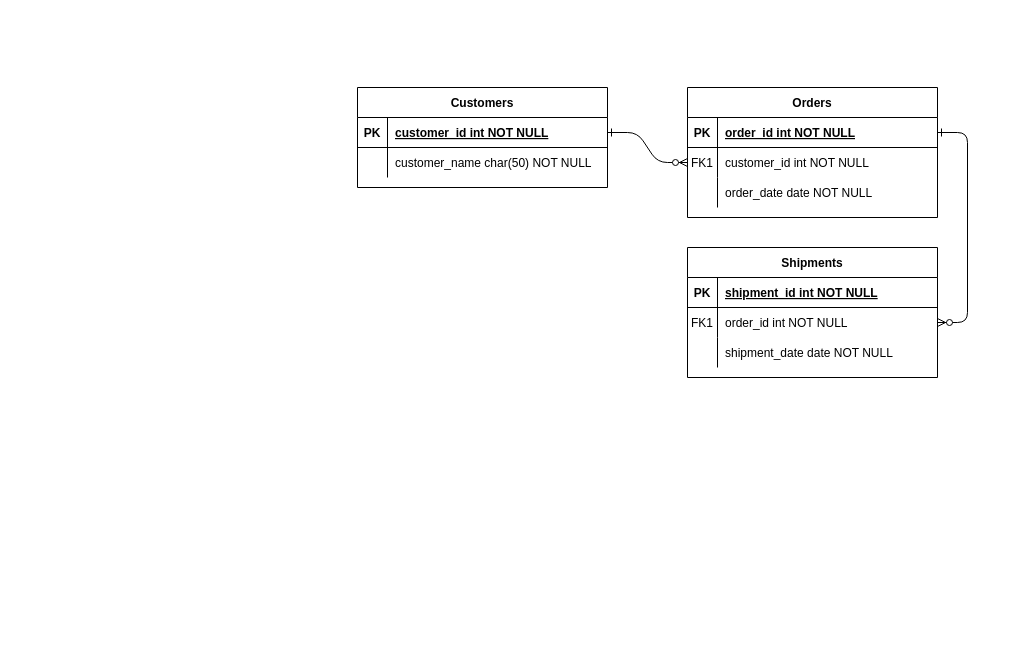
kelveloper/java-class keeps this draw.io diagram as Untitled Diagram.drawio. Above is the earlier version. Source tidied: cells renumbered, new cells numbered last; positions are measured from the earlier drawing's top-left corner, leaving out a move shared by most shapes. Both pictures are drawn from the tidied source at 100%, with x=0, y=0 at pixel (357, 87).
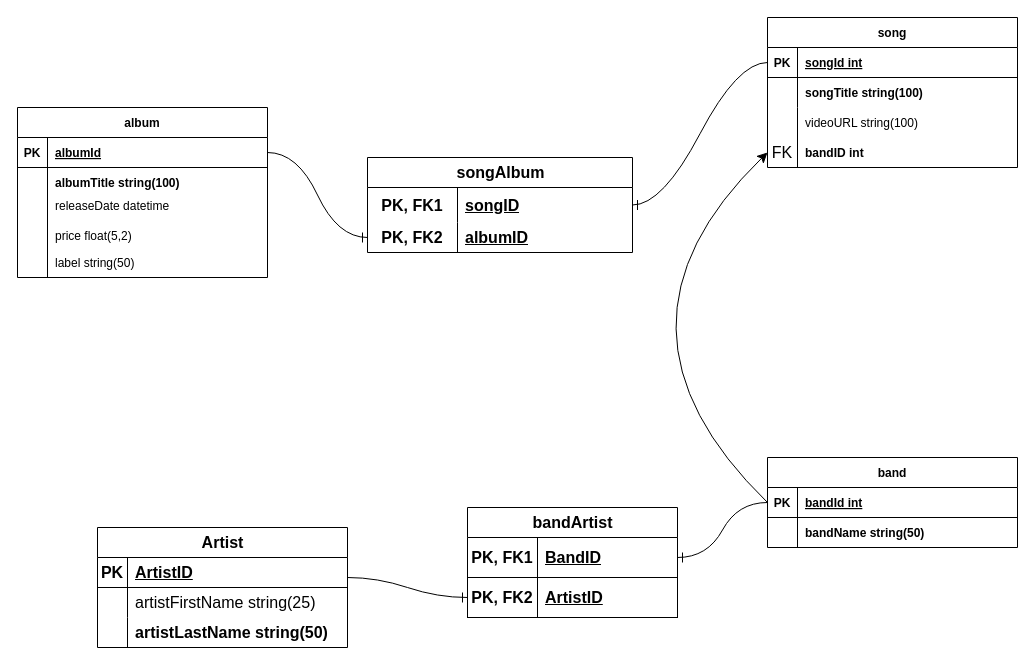
After the change.

The change refers to these unchanged cells:
```xml
<mxCell id="5" style="shape=partialRectangle;fillColor=none;points=[[0,0.5],[1,0.5]];portConstraint=eastwest;top=0;left=0;right=0;bottom=1;" parent="4" vertex="1">
  <mxGeometry y="30" width="250" height="30" as="geometry" />
</mxCell>
<mxCell id="8" style="shape=partialRectangle;fillColor=none;points=[[0,0.5],[1,0.5]];portConstraint=eastwest;top=0;left=0;right=0;bottom=0;" parent="4" vertex="1">
  <mxGeometry y="60" width="250" height="30" as="geometry" />
</mxCell>
<mxCell id="15" style="shape=partialRectangle;fillColor=none;points=[[0,0.5],[1,0.5]];portConstraint=eastwest;top=0;left=0;right=0;bottom=1;" parent="14" vertex="1">
  <mxGeometry y="30" width="250" height="30" as="geometry" />
</mxCell>
<mxCell id="18" style="shape=partialRectangle;fillColor=none;points=[[0,0.5],[1,0.5]];portConstraint=eastwest;top=0;left=0;right=0;bottom=0;" parent="14" vertex="1">
  <mxGeometry y="60" width="250" height="30" as="geometry" />
</mxCell>
```

Change to the diagram source:
```diff
@@
-    <mxCell id="2" style="edgeStyle=entityRelationEdgeStyle;endArrow=ERzeroToMany;startArrow=ERone;endFill=1;startFill=0;" parent="1" edge="1" source="25" target="8">
-      <mxGeometry relative="1" as="geometry" />
-    </mxCell>
-    <mxCell id="3" style="edgeStyle=entityRelationEdgeStyle;endArrow=ERzeroToMany;startArrow=ERone;endFill=1;startFill=0;" parent="1" edge="1" source="5" target="18">
-      <mxGeometry relative="1" as="geometry" />
-    </mxCell>
-    <mxCell id="4" value="Orders" style="shape=table;startSize=30;childLayout=tableLayout;rowLines=0;fontStyle=1;align=center;" parent="1" vertex="1">
-      <mxGeometry x="330" width="250" height="130" as="geometry" />
+    <mxCell id="4" value="song" style="shape=table;startSize=30;childLayout=tableLayout;rowLines=0;fontStyle=1;align=center;" parent="1" vertex="1">
+      <mxGeometry x="410" y="-70" width="250" height="150" as="geometry" />
     </mxCell>
@@
-    <mxCell id="7" value="order_id int NOT NULL " style="shape=partialRectangle;overflow=hidden;fillColor=none;top=0;left=0;bottom=0;right=0;align=left;spacingLeft=6;fontStyle=5;" parent="5" vertex="1">
+    <mxCell id="7" value="songId int" style="shape=partialRectangle;overflow=hidden;fillColor=none;top=0;left=0;bottom=0;right=0;align=left;spacingLeft=6;fontStyle=5;" parent="5" vertex="1">
       <mxGeometry x="30" width="220" height="30" as="geometry" />
     </mxCell>
@@
-    <mxCell id="9" value="FK1" style="shape=partialRectangle;overflow=hidden;fillColor=none;top=0;left=0;bottom=0;right=0;" parent="8" vertex="1">
+    <mxCell id="9" style="shape=partialRectangle;overflow=hidden;fillColor=none;top=0;left=0;bottom=0;right=0;" parent="8" vertex="1">
       <mxGeometry width="30" height="30" as="geometry" />
     </mxCell>
-    <mxCell id="10" value="customer_id int NOT NULL" style="shape=partialRectangle;overflow=hidden;fillColor=none;top=0;left=0;bottom=0;right=0;align=left;spacingLeft=6;" parent="8" vertex="1">
+    <mxCell id="10" style="shape=partialRectangle;overflow=hidden;fillColor=none;top=0;left=0;bottom=0;right=0;align=left;spacingLeft=6;" parent="8" vertex="1">
       <mxGeometry x="30" width="220" height="30" as="geometry" />
     </mxCell>
     <mxCell id="11" style="shape=partialRectangle;fillColor=none;points=[[0,0.5],[1,0.5]];portConstraint=eastwest;top=0;left=0;right=0;bottom=0;" parent="4" vertex="1">
-      <mxGeometry y="90" width="250" height="30" as="geometry" />
+      <mxGeometry y="90" width="250" height="60" as="geometry" />
     </mxCell>
     <mxCell id="12" style="shape=partialRectangle;overflow=hidden;fillColor=none;top=0;left=0;bottom=0;right=0;" parent="11" vertex="1">
-      <mxGeometry width="30" height="30" as="geometry" />
+      <mxGeometry width="30" height="60" as="geometry" />
     </mxCell>
-    <mxCell id="13" value="order_date date NOT NULL" style="shape=partialRectangle;overflow=hidden;fillColor=none;top=0;left=0;bottom=0;right=0;align=left;spacingLeft=6;" parent="11" vertex="1">
-      <mxGeometry x="30" width="220" height="30" as="geometry" />
+    <mxCell id="13" style="shape=partialRectangle;overflow=hidden;fillColor=none;top=0;left=0;bottom=0;right=0;align=left;spacingLeft=6;" parent="11" vertex="1">
+      <mxGeometry x="30" width="220" height="60" as="geometry" />
     </mxCell>
+    <mxCell id="24" value="album" style="shape=table;startSize=30;childLayout=tableLayout;rowLines=0;fontStyle=1;align=center;" parent="1" vertex="1">
+      <mxGeometry x="-340" y="20" width="250" height="170" as="geometry" />
+    </mxCell>
+    <mxCell id="25" style="shape=partialRectangle;fillColor=none;points=[[0,0.5],[1,0.5]];portConstraint=eastwest;top=0;left=0;right=0;bottom=1;" parent="24" vertex="1">
+      <mxGeometry y="30" width="250" height="30" as="geometry" />
+    </mxCell>
+    <mxCell id="26" value="PK" style="shape=partialRectangle;overflow=hidden;fillColor=none;top=0;left=0;bottom=0;right=0;fontStyle=1;" parent="25" vertex="1">
+      <mxGeometry width="30" height="30" as="geometry" />
+    </mxCell>
+    <mxCell id="27" value="albumId" style="shape=partialRectangle;overflow=hidden;fillColor=none;top=0;left=0;bottom=0;right=0;align=left;spacingLeft=6;fontStyle=5;" parent="25" vertex="1">
+      <mxGeometry x="30" width="220" height="30" as="geometry" />
+    </mxCell>
+    <mxCell id="28" style="shape=partialRectangle;fillColor=none;top=0;left=0;right=0;bottom=0;" parent="24" vertex="1">
+      <mxGeometry y="60" width="250" height="110" as="geometry" />
+    </mxCell>
+    <mxCell id="29" style="shape=partialRectangle;overflow=hidden;fillColor=none;top=0;left=0;bottom=0;right=0;" parent="28" vertex="1">
+      <mxGeometry width="30" height="110" as="geometry" />
+    </mxCell>
+    <mxCell id="30" style="shape=partialRectangle;overflow=hidden;fillColor=none;top=0;left=0;bottom=0;right=0;align=left;spacingLeft=6;" parent="28" vertex="1">
+      <mxGeometry x="30" width="220" height="110" as="geometry" />
+    </mxCell>
+    <mxCell id="31" value="label string(50)" style="shape=partialRectangle;overflow=hidden;fillColor=none;top=0;left=0;bottom=0;right=0;align=left;spacingLeft=6;" parent="1" vertex="1">
+      <mxGeometry x="-310" y="160" width="220" height="30" as="geometry" />
+    </mxCell>
+    <mxCell id="32" value="price float(5,2)" style="shape=partialRectangle;overflow=hidden;fillColor=none;top=0;left=0;bottom=0;right=0;align=left;spacingLeft=6;" parent="1" vertex="1">
+      <mxGeometry x="-310" y="132.5" width="220" height="30" as="geometry" />
+    </mxCell>
+    <mxCell id="33" value="releaseDate datetime" style="shape=partialRectangle;overflow=hidden;fillColor=none;top=0;left=0;bottom=0;right=0;align=left;spacingLeft=6;" parent="1" vertex="1">
+      <mxGeometry x="-310" y="102.5" width="220" height="30" as="geometry" />
+    </mxCell>
+    <mxCell id="34" value="albumTitle string(100)" style="shape=partialRectangle;overflow=hidden;fillColor=none;top=0;left=0;bottom=0;right=0;align=left;spacingLeft=6;fontStyle=1;" parent="1" vertex="1">
+      <mxGeometry x="-310" y="80" width="220" height="30" as="geometry" />
+    </mxCell>
+    <mxCell id="35" value="songTitle string(100)" style="shape=partialRectangle;overflow=hidden;fillColor=none;top=0;left=0;bottom=0;right=0;align=left;spacingLeft=6;fontStyle=1;" parent="1" vertex="1">
+      <mxGeometry x="440" y="-10" width="220" height="30" as="geometry" />
+    </mxCell>
+    <mxCell id="36" value="videoURL string(100)" style="shape=partialRectangle;overflow=hidden;fillColor=none;top=0;left=0;bottom=0;right=0;align=left;spacingLeft=6;" parent="1" vertex="1">
+      <mxGeometry x="440" y="20" width="220" height="30" as="geometry" />
+    </mxCell>
+    <mxCell id="37" value="bandID int" style="shape=partialRectangle;overflow=hidden;fillColor=none;top=0;left=0;bottom=0;right=0;align=left;spacingLeft=6;fontStyle=1;" parent="1" vertex="1">
+      <mxGeometry x="440" y="50" width="220" height="30" as="geometry" />
+    </mxCell>
-    <mxCell id="14" value="Shipments" style="shape=table;startSize=30;childLayout=tableLayout;rowLines=0;fontStyle=1;align=center;" parent="1" vertex="1">
-      <mxGeometry x="330" y="160" width="250" height="130" as="geometry" />
+    <mxCell id="14" value="band" style="shape=table;startSize=30;childLayout=tableLayout;rowLines=0;fontStyle=1;align=center;" parent="1" vertex="1">
+      <mxGeometry x="410" y="370" width="250" height="90" as="geometry" />
     </mxCell>
@@
-    <mxCell id="17" value="shipment_id int NOT NULL " style="shape=partialRectangle;overflow=hidden;fillColor=none;top=0;left=0;bottom=0;right=0;align=left;spacingLeft=6;fontStyle=5;" parent="15" vertex="1">
+    <mxCell id="17" value="bandId int" style="shape=partialRectangle;overflow=hidden;fillColor=none;top=0;left=0;bottom=0;right=0;align=left;spacingLeft=6;fontStyle=5;" parent="15" vertex="1">
       <mxGeometry x="30" width="220" height="30" as="geometry" />
     </mxCell>
@@
-    <mxCell id="19" value="FK1" style="shape=partialRectangle;overflow=hidden;fillColor=none;top=0;left=0;bottom=0;right=0;" parent="18" vertex="1">
+    <mxCell id="19" style="shape=partialRectangle;overflow=hidden;fillColor=none;top=0;left=0;bottom=0;right=0;" parent="18" vertex="1">
       <mxGeometry width="30" height="30" as="geometry" />
     </mxCell>
-    <mxCell id="20" value="order_id int NOT NULL" style="shape=partialRectangle;overflow=hidden;fillColor=none;top=0;left=0;bottom=0;right=0;align=left;spacingLeft=6;" parent="18" vertex="1">
+    <mxCell id="20" style="shape=partialRectangle;overflow=hidden;fillColor=none;top=0;left=0;bottom=0;right=0;align=left;spacingLeft=6;" parent="18" vertex="1">
       <mxGeometry x="30" width="220" height="30" as="geometry" />
     </mxCell>
-    <mxCell id="21" style="shape=partialRectangle;fillColor=none;top=0;left=0;right=0;bottom=0;" parent="14" vertex="1">
-      <mxGeometry y="90" width="250" height="30" as="geometry" />
-    </mxCell>
-    <mxCell id="22" style="shape=partialRectangle;overflow=hidden;fillColor=none;top=0;left=0;bottom=0;right=0;" parent="21" vertex="1">
-      <mxGeometry width="30" height="30" as="geometry" />
-    </mxCell>
-    <mxCell id="23" value="shipment_date date NOT NULL" style="shape=partialRectangle;overflow=hidden;fillColor=none;top=0;left=0;bottom=0;right=0;align=left;spacingLeft=6;" parent="21" vertex="1">
-      <mxGeometry x="30" width="220" height="30" as="geometry" />
-    </mxCell>
-    <mxCell id="24" value="Customers" style="shape=table;startSize=30;childLayout=tableLayout;rowLines=0;fontStyle=1;align=center;" parent="1" vertex="1">
-      <mxGeometry width="250" height="100" as="geometry" />
-    </mxCell>
-    <mxCell id="25" style="shape=partialRectangle;fillColor=none;points=[[0,0.5],[1,0.5]];portConstraint=eastwest;top=0;left=0;right=0;bottom=1;" parent="24" vertex="1">
-      <mxGeometry y="30" width="250" height="30" as="geometry" />
-    </mxCell>
-    <mxCell id="26" value="PK" style="shape=partialRectangle;overflow=hidden;fillColor=none;top=0;left=0;bottom=0;right=0;fontStyle=1;" parent="25" vertex="1">
-      <mxGeometry width="30" height="30" as="geometry" />
-    </mxCell>
-    <mxCell id="27" value="customer_id int NOT NULL " style="shape=partialRectangle;overflow=hidden;fillColor=none;top=0;left=0;bottom=0;right=0;align=left;spacingLeft=6;fontStyle=5;" parent="25" vertex="1">
-      <mxGeometry x="30" width="220" height="30" as="geometry" />
-    </mxCell>
-    <mxCell id="28" style="shape=partialRectangle;fillColor=none;top=0;left=0;right=0;bottom=0;" parent="24" vertex="1">
-      <mxGeometry y="60" width="250" height="30" as="geometry" />
-    </mxCell>
-    <mxCell id="29" style="shape=partialRectangle;overflow=hidden;fillColor=none;top=0;left=0;bottom=0;right=0;" parent="28" vertex="1">
-      <mxGeometry width="30" height="30" as="geometry" />
-    </mxCell>
-    <mxCell id="30" value="customer_name char(50) NOT NULL" style="shape=partialRectangle;overflow=hidden;fillColor=none;top=0;left=0;bottom=0;right=0;align=left;spacingLeft=6;" parent="28" vertex="1">
-      <mxGeometry x="30" width="220" height="30" as="geometry" />
-    </mxCell>
+    <mxCell id="38" value="bandName string(50)" style="shape=partialRectangle;overflow=hidden;fillColor=none;top=0;left=0;bottom=0;right=0;align=left;spacingLeft=6;fontStyle=1;" parent="1" vertex="1">
+      <mxGeometry x="440" y="430" width="220" height="30" as="geometry" />
+    </mxCell>
+    <mxCell id="39" value="Artist" style="shape=table;startSize=30;childLayout=tableLayout;rowLines=0;fontStyle=1;align=center;html=1;fontSize=16;" parent="1" vertex="1">
+      <mxGeometry x="-260" y="440" width="250" height="120" as="geometry" />
+    </mxCell>
+    <mxCell id="40" style="shape=tableRow;horizontal=0;startSize=0;swimlaneHead=0;swimlaneBody=0;fillColor=none;top=0;left=0;right=0;bottom=1;fontSize=16;" parent="39" vertex="1">
+      <mxGeometry y="30" width="250" height="30" as="geometry" />
+    </mxCell>
+    <mxCell id="41" value="PK" style="shape=partialRectangle;fillColor=none;top=0;left=0;bottom=0;right=0;fontStyle=1;overflow=hidden;whiteSpace=wrap;html=1;fontSize=16;" parent="40" vertex="1">
+      <mxGeometry width="30" height="30" as="geometry" />
+    </mxCell>
+    <mxCell id="42" value="ArtistID" style="shape=partialRectangle;fillColor=none;top=0;left=0;bottom=0;right=0;align=left;spacingLeft=6;fontStyle=5;overflow=hidden;whiteSpace=wrap;html=1;fontSize=16;" parent="40" vertex="1">
+      <mxGeometry x="30" width="220" height="30" as="geometry" />
+    </mxCell>
+    <mxCell id="43" style="shape=tableRow;horizontal=0;startSize=0;swimlaneHead=0;swimlaneBody=0;fillColor=none;top=0;left=0;right=0;bottom=0;fontSize=16;" parent="39" vertex="1">
+      <mxGeometry y="60" width="250" height="30" as="geometry" />
+    </mxCell>
+    <mxCell id="44" style="shape=partialRectangle;fillColor=none;top=0;left=0;bottom=0;right=0;overflow=hidden;whiteSpace=wrap;html=1;fontSize=16;" parent="43" vertex="1">
+      <mxGeometry width="30" height="30" as="geometry" />
+    </mxCell>
+    <mxCell id="45" value="artistFirstName string(25)" style="shape=partialRectangle;fillColor=none;top=0;left=0;bottom=0;right=0;align=left;spacingLeft=6;overflow=hidden;whiteSpace=wrap;html=1;fontSize=16;" parent="43" vertex="1">
+      <mxGeometry x="30" width="220" height="30" as="geometry" />
+    </mxCell>
+    <mxCell id="46" style="shape=tableRow;horizontal=0;startSize=0;swimlaneHead=0;swimlaneBody=0;fillColor=none;top=0;left=0;right=0;bottom=0;fontSize=16;" parent="39" vertex="1">
+      <mxGeometry y="90" width="250" height="30" as="geometry" />
+    </mxCell>
+    <mxCell id="47" style="shape=partialRectangle;fillColor=none;top=0;left=0;bottom=0;right=0;overflow=hidden;whiteSpace=wrap;html=1;fontSize=16;" parent="46" vertex="1">
+      <mxGeometry width="30" height="30" as="geometry" />
+    </mxCell>
+    <mxCell id="48" value="&lt;b&gt;artistLastName string(50)&lt;/b&gt;" style="shape=partialRectangle;fillColor=none;top=0;left=0;bottom=0;right=0;align=left;spacingLeft=6;overflow=hidden;whiteSpace=wrap;html=1;fontSize=16;" parent="46" vertex="1">
+      <mxGeometry x="30" width="220" height="30" as="geometry" />
+    </mxCell>
+    <mxCell id="49" value="bandArtist" style="shape=table;startSize=30;childLayout=tableLayout;rowLines=0;fontStyle=1;align=center;html=1;fontSize=16;" parent="1" vertex="1">
+      <mxGeometry x="110" y="420" width="210" height="110" as="geometry" />
+    </mxCell>
+    <mxCell id="50" style="shape=tableRow;horizontal=0;startSize=0;swimlaneHead=0;swimlaneBody=0;fillColor=none;points=[[0,0.5],[1,0.5]];portConstraint=eastwest;top=0;left=0;right=0;bottom=1;fontSize=16;" parent="49" vertex="1">
+      <mxGeometry y="30" width="210" height="40" as="geometry" />
+    </mxCell>
+    <mxCell id="51" value="PK, FK1" style="shape=partialRectangle;fillColor=none;top=0;left=0;bottom=0;right=0;fontStyle=1;overflow=hidden;whiteSpace=wrap;html=1;fontSize=16;" parent="50" vertex="1">
+      <mxGeometry width="70" height="40" as="geometry" />
+    </mxCell>
+    <mxCell id="52" value="BandID" style="shape=partialRectangle;fillColor=none;top=0;left=0;bottom=0;right=0;align=left;spacingLeft=6;fontStyle=5;overflow=hidden;whiteSpace=wrap;html=1;fontSize=16;" parent="50" vertex="1">
+      <mxGeometry x="70" width="140" height="40" as="geometry" />
+    </mxCell>
+    <mxCell id="53" style="shape=tableRow;horizontal=0;startSize=0;swimlaneHead=0;swimlaneBody=0;fillColor=none;points=[[0,0.5],[1,0.5]];portConstraint=eastwest;top=0;left=0;right=0;bottom=1;fontSize=16;" parent="49" vertex="1">
+      <mxGeometry y="70" width="210" height="40" as="geometry" />
+    </mxCell>
+    <mxCell id="54" value="PK, FK2" style="shape=partialRectangle;fillColor=none;top=0;left=0;bottom=0;right=0;fontStyle=1;overflow=hidden;whiteSpace=wrap;html=1;fontSize=16;" parent="53" vertex="1">
+      <mxGeometry width="70" height="40" as="geometry" />
+    </mxCell>
+    <mxCell id="55" value="ArtistID" style="shape=partialRectangle;fillColor=none;top=0;left=0;bottom=0;right=0;align=left;spacingLeft=6;fontStyle=5;overflow=hidden;whiteSpace=wrap;html=1;fontSize=16;" parent="53" vertex="1">
+      <mxGeometry x="70" width="140" height="40" as="geometry" />
+    </mxCell>
+    <mxCell id="56" style="edgeStyle=entityRelationEdgeStyle;fontSize=12;html=1;endArrow=ERone;endFill=1;rounded=0;startSize=8;endSize=8;curved=1;entryX=0;entryY=0.5;entryDx=0;entryDy=0;" parent="1" edge="1" target="53">
+      <mxGeometry relative="1" as="geometry">
+        <mxPoint x="-10" y="490" as="sourcePoint" />
+        <Array as="points">
+          <mxPoint x="30" y="550" />
+          <mxPoint x="70" y="540" />
+          <mxPoint x="210" y="890" />
+          <mxPoint x="-10" y="510" />
+        </Array>
+      </mxGeometry>
+    </mxCell>
+    <mxCell id="57" style="edgeStyle=entityRelationEdgeStyle;fontSize=12;html=1;endArrow=ERone;endFill=1;rounded=0;startSize=8;endSize=8;curved=1;entryX=1;entryY=0.5;entryDx=0;entryDy=0;exitX=0;exitY=0.5;exitDx=0;exitDy=0;" parent="1" edge="1" source="15" target="50">
+      <mxGeometry relative="1" as="geometry" />
+    </mxCell>
+    <mxCell id="58" style="edgeStyle=none;curved=1;rounded=0;jettySize=auto;html=1;fontSize=12;startSize=8;endSize=8;" parent="1" edge="1" source="59" target="11">
+      <mxGeometry relative="1" as="geometry" />
+    </mxCell>
+    <mxCell id="59" value="FK" style="text;html=1;strokeColor=none;fillColor=none;align=center;verticalAlign=middle;whiteSpace=wrap;rounded=0;fontSize=16;" parent="1" vertex="1">
+      <mxGeometry x="410" y="50" width="30" height="30" as="geometry" />
+    </mxCell>
+    <mxCell id="60" value="songAlbum" style="shape=table;startSize=30;childLayout=tableLayout;rowLines=0;fontStyle=1;align=center;html=1;fontSize=16;" parent="1" vertex="1">
+      <mxGeometry x="10" y="70" width="265" height="95" as="geometry" />
+    </mxCell>
+    <mxCell id="61" style="shape=tableRow;horizontal=0;startSize=0;swimlaneHead=0;swimlaneBody=0;fillColor=none;points=[[0,0.5],[1,0.5]];portConstraint=eastwest;top=0;left=0;right=0;bottom=0;fontSize=16;" parent="60" vertex="1">
+      <mxGeometry y="30" width="265" height="35" as="geometry" />
+    </mxCell>
+    <mxCell id="62" value="PK, FK1" style="shape=partialRectangle;fillColor=none;top=0;left=0;bottom=0;right=0;overflow=hidden;whiteSpace=wrap;html=1;fontSize=16;fontStyle=1;" parent="61" vertex="1">
+      <mxGeometry width="90" height="35" as="geometry" />
+    </mxCell>
+    <mxCell id="63" value="songID" style="shape=partialRectangle;fillColor=none;top=0;left=0;bottom=0;right=0;align=left;spacingLeft=6;overflow=hidden;whiteSpace=wrap;html=1;fontSize=16;fontStyle=5;" parent="61" vertex="1">
+      <mxGeometry x="90" width="175" height="35" as="geometry" />
+    </mxCell>
+    <mxCell id="64" style="shape=tableRow;horizontal=0;startSize=0;swimlaneHead=0;swimlaneBody=0;fillColor=none;points=[[0,0.5],[1,0.5]];portConstraint=eastwest;top=0;left=0;right=0;bottom=0;fontSize=16;" parent="60" vertex="1">
+      <mxGeometry y="65" width="265" height="30" as="geometry" />
+    </mxCell>
+    <mxCell id="65" value="PK, FK2" style="shape=partialRectangle;fillColor=none;top=0;left=0;bottom=0;right=0;overflow=hidden;whiteSpace=wrap;html=1;fontSize=16;fontStyle=1;" parent="64" vertex="1">
+      <mxGeometry width="90" height="30" as="geometry" />
+    </mxCell>
+    <mxCell id="66" value="albumID" style="shape=partialRectangle;fillColor=none;top=0;left=0;bottom=0;right=0;align=left;spacingLeft=6;overflow=hidden;whiteSpace=wrap;html=1;fontSize=16;fontStyle=5;" parent="64" vertex="1">
+      <mxGeometry x="90" width="175" height="30" as="geometry" />
+    </mxCell>
+    <mxCell id="67" style="edgeStyle=entityRelationEdgeStyle;fontSize=12;html=1;endArrow=ERone;endFill=1;rounded=0;startSize=8;endSize=8;curved=1;entryX=1;entryY=0.5;entryDx=0;entryDy=0;exitX=0;exitY=0.5;exitDx=0;exitDy=0;" parent="1" edge="1" source="5" target="61">
+      <mxGeometry relative="1" as="geometry" />
+    </mxCell>
+    <mxCell id="68" style="edgeStyle=entityRelationEdgeStyle;fontSize=12;html=1;endArrow=ERone;endFill=1;rounded=0;startSize=8;endSize=8;curved=1;exitX=1;exitY=0.5;exitDx=0;exitDy=0;entryX=0;entryY=0.5;entryDx=0;entryDy=0;" parent="1" edge="1" source="25" target="64">
+      <mxGeometry relative="1" as="geometry" />
+    </mxCell>
+    <mxCell id="69" style="endArrow=classic;html=1;rounded=0;fontSize=12;startSize=8;endSize=8;curved=1;exitX=0;exitY=0.5;exitDx=0;exitDy=0;entryX=0;entryY=0.5;entryDx=0;entryDy=0;" parent="1" edge="1" source="15" target="59">
+      <mxGeometry relative="1" as="geometry">
+        <Array as="points">
+          <mxPoint x="230" y="240" />
+        </Array>
+      </mxGeometry>
+    </mxCell>
```
